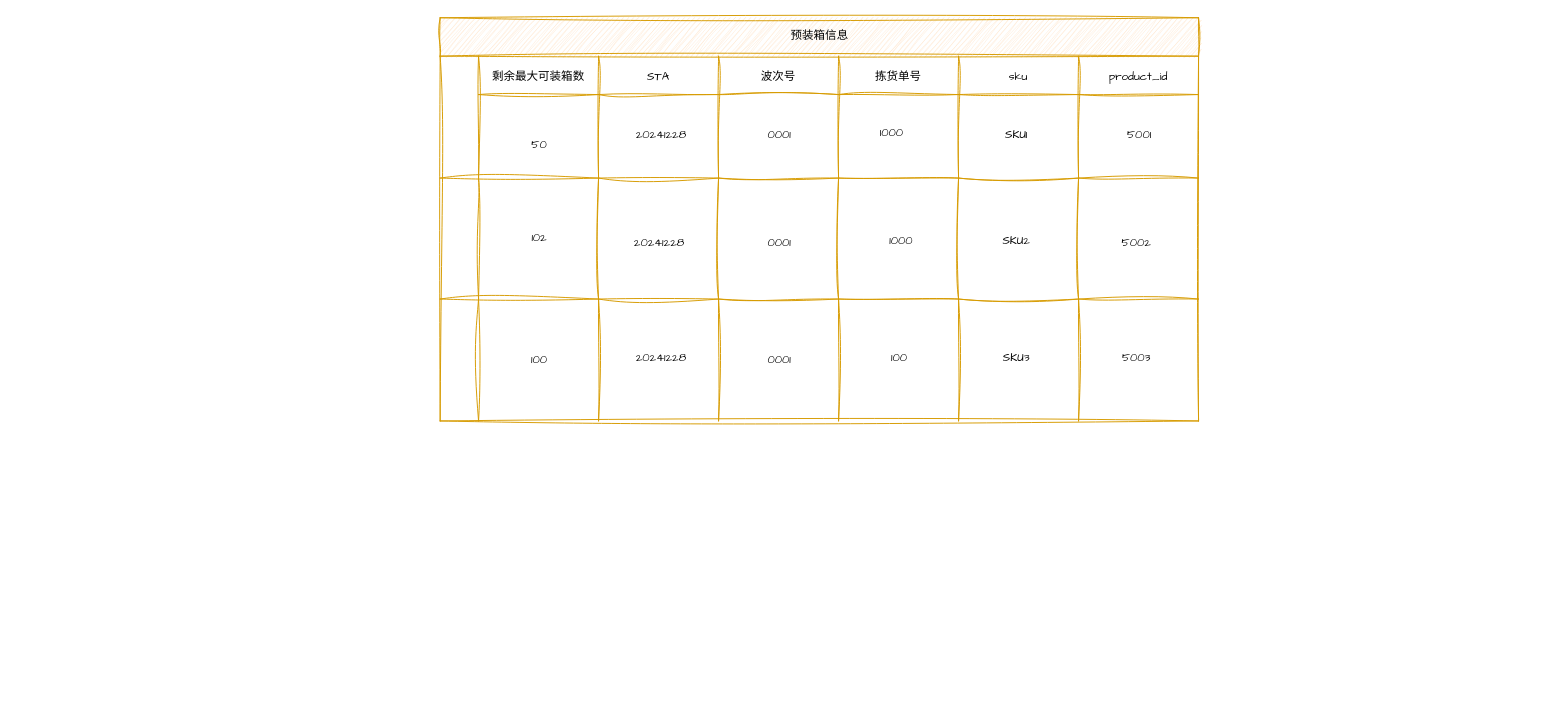
Earlier version of the draw.io diagram cy/装箱优化.drawio (zachary-lzc/diagram). Source tidied: cells renumbered, new cells numbered last; positions are measured from the earlier drawing's top-left corner, leaving out a move shared by most shapes. Both pictures are drawn from the tidied source at 96%, with x=0, y=0 at pixel (440, 17).
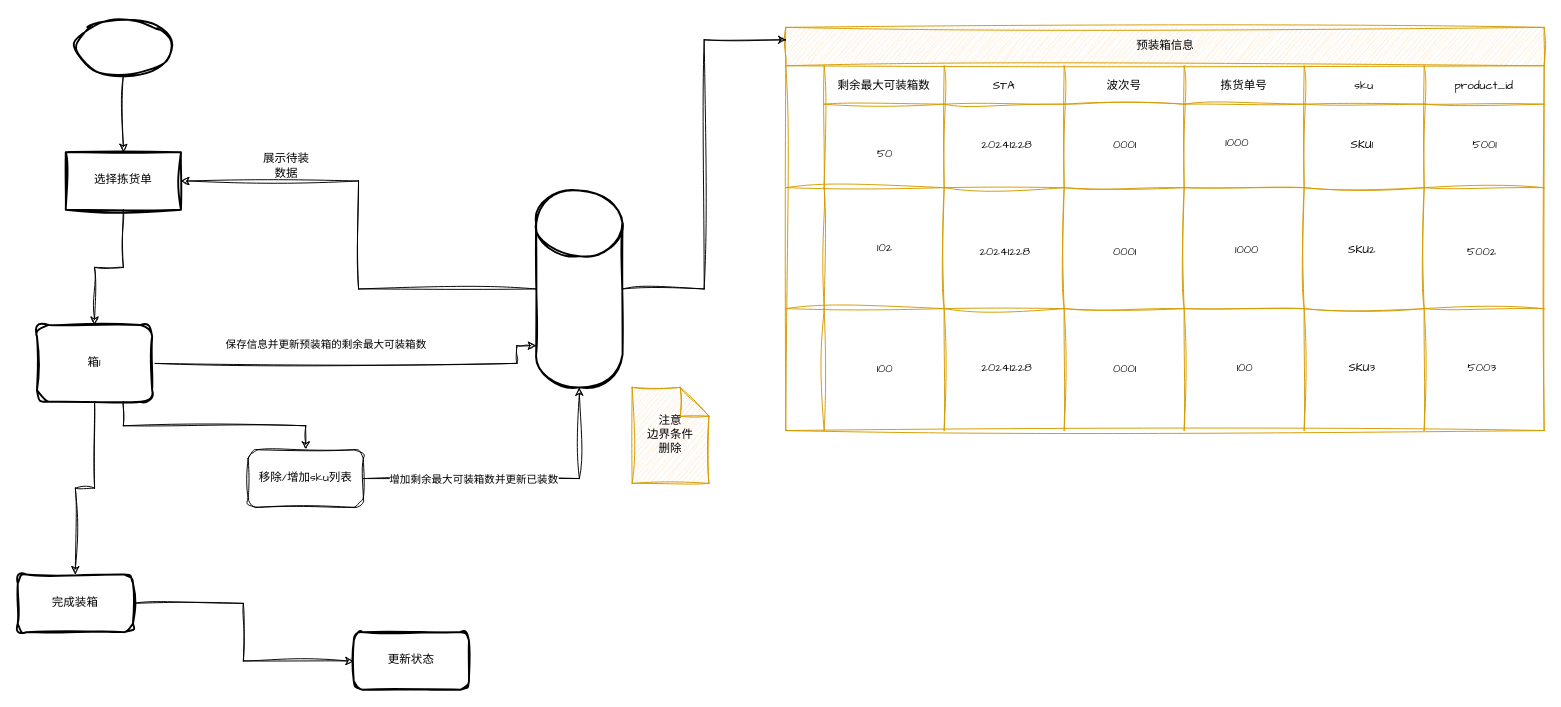
After the change.

Commit message (it also covers changes not shown here):
更新装箱优化.drawio

Diff of the diagram source:
```diff
@@
+    <mxCell id="42" style="group;" parent="1" vertex="1">
+      <mxGeometry x="360" y="10" width="790" height="420" as="geometry" />
+    </mxCell>
-    <mxCell id="2" value="预装箱信息" style="shape=table;childLayout=tableLayout;startSize=40;sketch=1;hachureGap=4;jiggle=2;curveFitting=1;fontFamily=Comic Sans MS;html=1;fillColor=#ffe6cc;strokeColor=#d79b00;" parent="1" vertex="1">
+    <mxCell id="2" value="预装箱信息" style="shape=table;childLayout=tableLayout;startSize=40;sketch=1;hachureGap=4;jiggle=2;curveFitting=1;fontFamily=Comic Sans MS;html=1;fillColor=#ffe6cc;strokeColor=#d79b00;" parent="42" vertex="1">
       <mxGeometry width="790" height="420" as="geometry" />
     </mxCell>
@@
-    <mxCell id="38" value="20241228" style="text;html=1;align=center;verticalAlign=middle;strokeColor=none;fillColor=none;fontFamily=Architects Daughter;" parent="1" vertex="1">
+    <mxCell id="38" value="20241228" style="text;html=1;align=center;verticalAlign=middle;strokeColor=none;fillColor=none;fontFamily=Architects Daughter;" parent="42" vertex="1">
       <mxGeometry x="190" y="108" width="80" height="30" as="geometry" />
     </mxCell>
-    <mxCell id="39" value="&lt;div&gt;&lt;br&gt;&lt;/div&gt;&lt;div&gt;1000&lt;/div&gt;" style="text;html=1;align=center;verticalAlign=middle;strokeColor=none;fillColor=none;fontFamily=Architects Daughter;" parent="1" vertex="1">
+    <mxCell id="39" value="&lt;div&gt;&lt;br&gt;&lt;/div&gt;&lt;div&gt;1000&lt;/div&gt;" style="text;html=1;align=center;verticalAlign=middle;strokeColor=none;fillColor=none;fontFamily=Architects Daughter;" parent="42" vertex="1">
       <mxGeometry x="445" y="93" width="50" height="40" as="geometry" />
     </mxCell>
-    <mxCell id="40" value="1000" style="text;html=1;align=center;verticalAlign=middle;strokeColor=none;fillColor=none;fontFamily=Architects Daughter;" parent="1" vertex="1">
+    <mxCell id="40" value="1000" style="text;html=1;align=center;verticalAlign=middle;strokeColor=none;fillColor=none;fontFamily=Architects Daughter;" parent="42" vertex="1">
       <mxGeometry x="455" y="218" width="50" height="30" as="geometry" />
     </mxCell>
-    <mxCell id="41" value="SKU1" style="text;html=1;align=center;verticalAlign=middle;strokeColor=none;fillColor=none;fontFamily=Architects Daughter;" parent="1" vertex="1">
+    <mxCell id="41" value="SKU1" style="text;html=1;align=center;verticalAlign=middle;strokeColor=none;fillColor=none;fontFamily=Architects Daughter;" parent="42" vertex="1">
       <mxGeometry x="575" y="108" width="50" height="30" as="geometry" />
     </mxCell>
+    <mxCell id="43" style="edgeStyle=orthogonalEdgeStyle;rounded=0;sketch=1;hachureGap=4;jiggle=2;curveFitting=1;jettySize=auto;html=1;fontFamily=Architects Daughter;" parent="1" edge="1" source="44" target="46">
+      <mxGeometry relative="1" as="geometry" />
+    </mxCell>
+    <mxCell id="44" style="strokeWidth=2;html=1;shape=mxgraph.flowchart.start_1;whiteSpace=wrap;sketch=1;hachureGap=4;jiggle=2;curveFitting=1;fontFamily=Architects Daughter;" parent="1" vertex="1">
+      <mxGeometry x="-380" width="100" height="60" as="geometry" />
+    </mxCell>
+    <mxCell id="45" style="edgeStyle=orthogonalEdgeStyle;rounded=0;sketch=1;hachureGap=4;jiggle=2;curveFitting=1;jettySize=auto;html=1;fontFamily=Architects Daughter;" parent="1" edge="1" source="46" target="55">
+      <mxGeometry relative="1" as="geometry" />
+    </mxCell>
+    <mxCell id="46" value="选择拣货单" style="whiteSpace=wrap;html=1;fontFamily=Architects Daughter;strokeWidth=2;sketch=1;hachureGap=4;jiggle=2;curveFitting=1;" parent="1" vertex="1">
+      <mxGeometry x="-390" y="140" width="120" height="60" as="geometry" />
+    </mxCell>
+    <mxCell id="47" style="edgeStyle=orthogonalEdgeStyle;rounded=0;sketch=1;hachureGap=4;jiggle=2;curveFitting=1;jettySize=auto;html=1;entryX=1;entryY=0.5;entryDx=0;entryDy=0;fontFamily=Architects Daughter;" parent="1" edge="1" source="48" target="46">
+      <mxGeometry relative="1" as="geometry" />
+    </mxCell>
+    <mxCell id="48" style="strokeWidth=2;html=1;shape=mxgraph.flowchart.database;whiteSpace=wrap;sketch=1;hachureGap=4;jiggle=2;curveFitting=1;fontFamily=Architects Daughter;" parent="1" vertex="1">
+      <mxGeometry x="100" y="180" width="90" height="205" as="geometry" />
+    </mxCell>
+    <mxCell id="49" value="注意&lt;div&gt;边界条件&lt;/div&gt;&lt;div&gt;删除&lt;/div&gt;" style="shape=note;whiteSpace=wrap;html=1;backgroundOutline=1;darkOpacity=0.05;sketch=1;hachureGap=4;jiggle=2;curveFitting=1;fontFamily=Architects Daughter;fillColor=#ffe6cc;strokeColor=#d79b00;" parent="1" vertex="1">
+      <mxGeometry x="200" y="385" width="80" height="100" as="geometry" />
+    </mxCell>
+    <mxCell id="50" style="edgeStyle=orthogonalEdgeStyle;rounded=0;sketch=1;hachureGap=4;jiggle=2;curveFitting=1;jettySize=auto;html=1;entryX=0.001;entryY=0.031;entryDx=0;entryDy=0;entryPerimeter=0;fontFamily=Architects Daughter;" parent="1" edge="1" source="48" target="2">
+      <mxGeometry relative="1" as="geometry" />
+    </mxCell>
+    <mxCell id="51" style="edgeStyle=orthogonalEdgeStyle;rounded=0;sketch=1;hachureGap=4;jiggle=2;curveFitting=1;jettySize=auto;html=1;fontFamily=Architects Daughter;exitX=1;exitY=0.5;exitDx=0;exitDy=0;entryX=0;entryY=0.788;entryDx=0;entryDy=0;entryPerimeter=0;" parent="1" edge="1" source="55" target="48">
+      <mxGeometry relative="1" as="geometry">
+        <Array as="points">
+          <mxPoint x="80" y="360" />
+          <mxPoint x="80" y="342" />
+        </Array>
+      </mxGeometry>
+    </mxCell>
+    <mxCell id="52" value="保存信息并更新预装箱的剩余最大可装箱数" style="edgeLabel;html=1;align=center;verticalAlign=middle;sketch=1;hachureGap=4;jiggle=2;curveFitting=1;fontFamily=Architects Daughter;" parent="51" vertex="1">
+      <mxGeometry x="-0.09" y="4" relative="1" as="geometry">
+        <mxPoint x="-10" y="-16" as="offset" />
+      </mxGeometry>
+    </mxCell>
+    <mxCell id="53" style="edgeStyle=orthogonalEdgeStyle;rounded=0;sketch=1;hachureGap=4;jiggle=2;curveFitting=1;jettySize=auto;html=1;fontFamily=Architects Daughter;" parent="1" edge="1" source="55" target="58">
+      <mxGeometry relative="1" as="geometry" />
+    </mxCell>
+    <mxCell id="54" style="edgeStyle=orthogonalEdgeStyle;rounded=0;sketch=1;hachureGap=4;jiggle=2;curveFitting=1;jettySize=auto;html=1;exitX=0.75;exitY=1;exitDx=0;exitDy=0;entryX=0.5;entryY=0;entryDx=0;entryDy=0;fontFamily=Architects Daughter;" parent="1" edge="1" source="55" target="60">
+      <mxGeometry relative="1" as="geometry" />
+    </mxCell>
+    <mxCell id="55" value="箱1" style="rounded=1;whiteSpace=wrap;html=1;fontFamily=Architects Daughter;strokeWidth=2;sketch=1;hachureGap=4;jiggle=2;curveFitting=1;" parent="1" vertex="1">
+      <mxGeometry x="-420" y="320" width="120" height="80" as="geometry" />
+    </mxCell>
+    <mxCell id="56" value="展示待装数据" style="text;strokeColor=none;align=center;fillColor=none;html=1;verticalAlign=middle;whiteSpace=wrap;rounded=0;fontFamily=Architects Daughter;" parent="1" vertex="1">
+      <mxGeometry x="-190" y="140" width="60" height="30" as="geometry" />
+    </mxCell>
+    <mxCell id="57" style="edgeStyle=orthogonalEdgeStyle;rounded=0;sketch=1;hachureGap=4;jiggle=2;curveFitting=1;jettySize=auto;html=1;fontFamily=Architects Daughter;" parent="1" edge="1" source="58" target="59">
+      <mxGeometry relative="1" as="geometry" />
+    </mxCell>
+    <mxCell id="58" value="完成装箱" style="rounded=1;whiteSpace=wrap;html=1;fontFamily=Architects Daughter;strokeWidth=2;sketch=1;hachureGap=4;jiggle=2;curveFitting=1;" parent="1" vertex="1">
+      <mxGeometry x="-440" y="580" width="120" height="60" as="geometry" />
+    </mxCell>
+    <mxCell id="59" value="更新状态" style="whiteSpace=wrap;html=1;fontFamily=Architects Daughter;rounded=1;strokeWidth=2;sketch=1;hachureGap=4;jiggle=2;curveFitting=1;" parent="1" vertex="1">
+      <mxGeometry x="-90" y="640" width="120" height="60" as="geometry" />
+    </mxCell>
+    <mxCell id="60" value="移除/增加sku列表" style="rounded=1;whiteSpace=wrap;html=1;sketch=1;hachureGap=4;jiggle=2;curveFitting=1;fontFamily=Architects Daughter;" parent="1" vertex="1">
+      <mxGeometry x="-200" y="450" width="120" height="60" as="geometry" />
+    </mxCell>
+    <mxCell id="61" style="edgeStyle=orthogonalEdgeStyle;rounded=0;sketch=1;hachureGap=4;jiggle=2;curveFitting=1;jettySize=auto;html=1;exitX=1;exitY=0.5;exitDx=0;exitDy=0;entryX=0.5;entryY=1;entryDx=0;entryDy=0;entryPerimeter=0;fontFamily=Architects Daughter;" parent="1" edge="1" source="60" target="48">
+      <mxGeometry relative="1" as="geometry" />
+    </mxCell>
+    <mxCell id="62" value="增加剩余最大可装箱数并更新已装数" style="edgeLabel;html=1;align=center;verticalAlign=middle;sketch=1;hachureGap=4;jiggle=2;curveFitting=1;fontFamily=Architects Daughter;" parent="61" vertex="1">
+      <mxGeometry x="-0.32" y="5" relative="1" as="geometry">
+        <mxPoint x="5" y="5" as="offset" />
+      </mxGeometry>
+    </mxCell>
```
